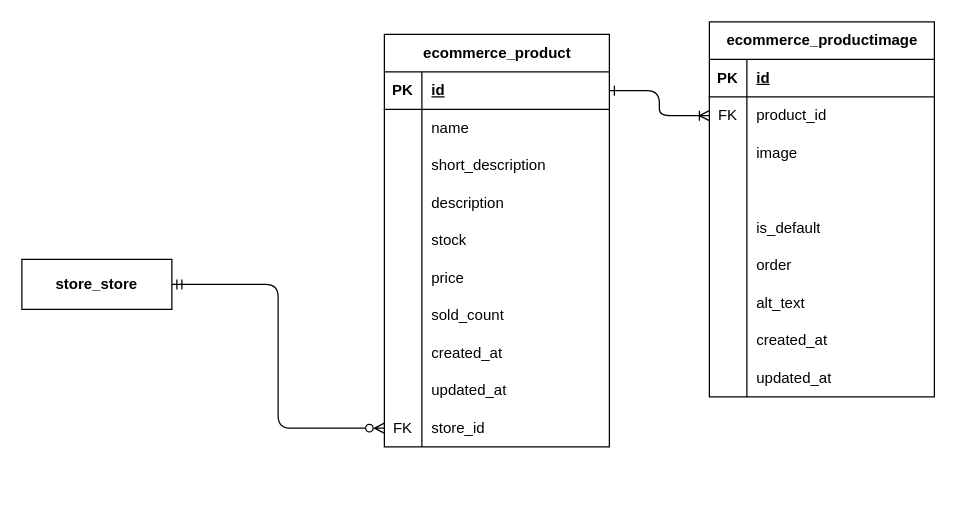
Before: page "Ecommerce" (6 of 7) of diagrams/e-commerce-entity-relationship-diagram.drawio in RHILIUS/E-Commerce-Docs, a draw.io diagram. Source tidied: cells renumbered, new cells numbered last; positions are measured from the earlier drawing's top-left corner, leaving out a move shared by most shapes. Both pictures are drawn from the tidied source at 125%, with x=0, y=0 at pixel (21, 21).
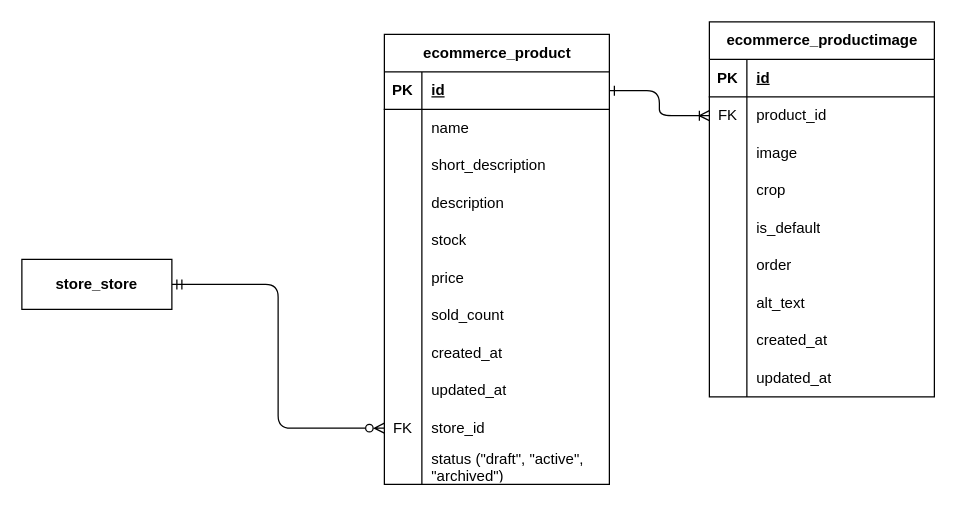
The same diagram, later.

Commit message:
feat(erd): add status field on product table

The change refers to these unchanged cells:
```xml
<mxCell id="43" style="shape=tableRow;horizontal=0;startSize=0;swimlaneHead=0;swimlaneBody=0;fillColor=none;top=0;left=0;right=0;bottom=0;" parent="33" vertex="1">
  <mxGeometry y="120" width="180" height="30" as="geometry" />
</mxCell>
```

Diff of the diagram source:
```diff
@@
     <mxCell id="2" value="ecommerce_product" style="shape=table;startSize=30;childLayout=tableLayout;rowLines=0;fontStyle=1;align=center;html=1;" parent="1" vertex="1">
-      <mxGeometry x="290" y="10" width="180" height="330" as="geometry" />
+      <mxGeometry x="290" y="10" width="180" height="360" as="geometry" />
     </mxCell>
@@
+    <mxCell id="64" style="shape=tableRow;horizontal=0;startSize=0;swimlaneHead=0;swimlaneBody=0;fillColor=none;top=0;left=0;right=0;bottom=0;" parent="2" vertex="1">
+      <mxGeometry y="330" width="180" height="30" as="geometry" />
+    </mxCell>
+    <mxCell id="65" style="shape=partialRectangle;fillColor=none;top=0;left=0;bottom=0;right=0;overflow=hidden;whiteSpace=wrap;html=1;" parent="64" vertex="1">
+      <mxGeometry width="30" height="30" as="geometry" />
+    </mxCell>
+    <mxCell id="66" value="status (&quot;draft&quot;, &quot;active&quot;, &quot;archived&quot;)" style="shape=partialRectangle;fillColor=none;top=0;left=0;bottom=0;right=0;align=left;spacingLeft=6;overflow=hidden;whiteSpace=wrap;html=1;" parent="64" vertex="1">
+      <mxGeometry x="30" width="150" height="30" as="geometry" />
+    </mxCell>
@@
-    <mxCell id="45" style="shape=partialRectangle;fillColor=none;top=0;left=0;bottom=0;right=0;align=left;spacingLeft=6;overflow=hidden;whiteSpace=wrap;html=1;" parent="43" vertex="1">
+    <mxCell id="45" value="crop" style="shape=partialRectangle;fillColor=none;top=0;left=0;bottom=0;right=0;align=left;spacingLeft=6;overflow=hidden;whiteSpace=wrap;html=1;" parent="43" vertex="1">
       <mxGeometry x="30" width="150" height="30" as="geometry" />
     </mxCell>
```
